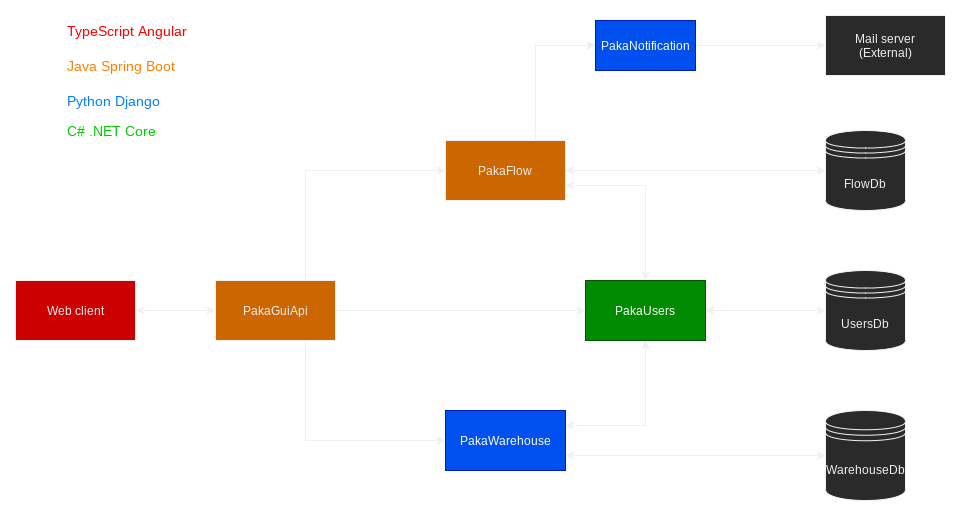
The draw.io diagram wiki images/arch.png in IUI-januszex/documentation, before a commit. Source tidied: cells renumbered, new cells last; positions are measured from the earlier drawing's top-left corner, leaving out a move shared by most shapes.
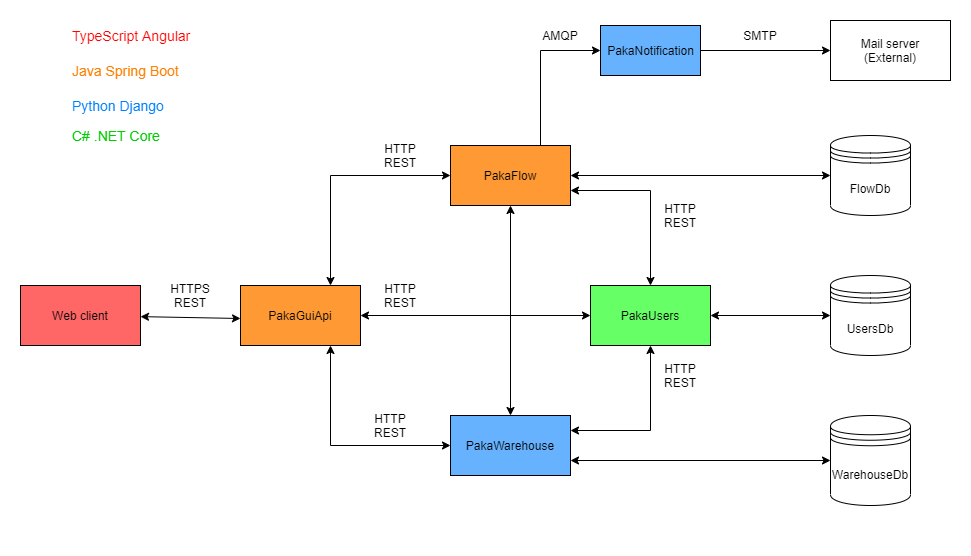
Above is the later version.

What changed in the source:
```diff
@@ -2,6 +2,9 @@
   <root>
     <mxCell id="0" />
     <mxCell id="1" parent="0" />
+    <mxCell id="27" style="rounded=0;whiteSpace=wrap;html=1;strokeColor=none;" parent="1" vertex="1">
+      <mxGeometry x="-20" y="-20" width="970" height="555" as="geometry" />
+    </mxCell>
     <mxCell id="2" value="FlowDb" style="shape=datastore;whiteSpace=wrap;html=1;" parent="1" vertex="1">
       <mxGeometry x="810" y="115" width="80" height="80" as="geometry" />
     </mxCell>
@@ -11,23 +14,25 @@
     <mxCell id="4" value="WarehouseDb" style="shape=datastore;whiteSpace=wrap;html=1;" parent="1" vertex="1">
       <mxGeometry x="810" y="395" width="80" height="90" as="geometry" />
     </mxCell>
-    <mxCell id="5" style="edgeStyle=orthogonalEdgeStyle;rounded=0;jettySize=auto;html=1;exitX=0.75;exitY=0;exitDx=0;exitDy=0;entryX=0;entryY=0.5;entryDx=0;entryDy=0;startArrow=none;startFill=0;" parent="1" edge="1" source="8" target="14">
+    <mxCell id="5" style="edgeStyle=orthogonalEdgeStyle;rounded=0;jettySize=auto;html=1;exitX=0.75;exitY=0;exitDx=0;exitDy=0;entryX=0;entryY=0.5;entryDx=0;entryDy=0;startArrow=classic;startFill=1;" parent="1" edge="1" source="8" target="14">
       <mxGeometry relative="1" as="geometry" />
     </mxCell>
-    <mxCell id="6" style="edgeStyle=orthogonalEdgeStyle;rounded=0;jettySize=auto;html=1;exitX=0.75;exitY=1;exitDx=0;exitDy=0;entryX=0;entryY=0.5;entryDx=0;entryDy=0;startArrow=none;startFill=0;" parent="1" edge="1" source="8" target="19">
+    <mxCell id="6" style="edgeStyle=orthogonalEdgeStyle;rounded=0;jettySize=auto;html=1;exitX=0.75;exitY=1;exitDx=0;exitDy=0;entryX=0;entryY=0.5;entryDx=0;entryDy=0;startArrow=classic;startFill=1;" parent="1" edge="1" source="8" target="19">
       <mxGeometry relative="1" as="geometry" />
     </mxCell>
-    <mxCell id="7" style="edgeStyle=orthogonalEdgeStyle;rounded=0;jettySize=auto;html=1;exitX=1;exitY=0.5;exitDx=0;exitDy=0;entryX=0;entryY=0.5;entryDx=0;entryDy=0;startArrow=none;startFill=0;" parent="1" edge="1" source="8" target="16">
+    <mxCell id="7" style="edgeStyle=orthogonalEdgeStyle;rounded=0;jettySize=auto;html=1;exitX=1;exitY=0.5;exitDx=0;exitDy=0;entryX=0;entryY=0.5;entryDx=0;entryDy=0;startArrow=classic;startFill=1;" parent="1" edge="1" source="8" target="16">
       <mxGeometry relative="1" as="geometry" />
     </mxCell>
-    <mxCell id="8" value="PakaGuiApi" style="rounded=0;whiteSpace=wrap;html=1;fillColor=#CC6600;" parent="1" vertex="1">
-      <mxGeometry x="200" y="265" width="120" height="60" as="geometry" />
+    <mxCell id="8" value="PakaGuiApi" style="rounded=0;whiteSpace=wrap;html=1;fillColor=#FF9933;" parent="1" vertex="1">
+      <mxGeometry x="220" y="265" width="120" height="60" as="geometry" />
     </mxCell>
-    <mxCell id="9" value="Web client" style="rounded=0;whiteSpace=wrap;html=1;fillColor=#CC0000;" parent="1" vertex="1">
+    <mxCell id="9" value="Web client" style="rounded=0;whiteSpace=wrap;html=1;fillColor=#FF6666;" parent="1" vertex="1">
       <mxGeometry y="265" width="120" height="60" as="geometry" />
     </mxCell>
-    <mxCell id="10" style="endArrow=classic;startArrow=classic;html=1;entryX=0;entryY=0.5;entryDx=0;entryDy=0;" parent="1" edge="1" source="9" target="8">
-      <mxGeometry relative="1" as="geometry" />
+    <mxCell id="10" style="endArrow=classic;startArrow=classic;html=1;" parent="1" edge="1" source="9">
+      <mxGeometry relative="1" as="geometry">
+        <mxPoint x="220" y="298" as="targetPoint" />
+      </mxGeometry>
     </mxCell>
     <mxCell id="11" style="edgeStyle=orthogonalEdgeStyle;rounded=0;jettySize=auto;html=1;exitX=1;exitY=0.75;exitDx=0;exitDy=0;entryX=0.5;entryY=0;entryDx=0;entryDy=0;startArrow=classic;startFill=1;" parent="1" edge="1" source="14" target="16">
       <mxGeometry relative="1" as="geometry" />
@@ -38,13 +43,13 @@
     <mxCell id="13" style="edgeStyle=orthogonalEdgeStyle;rounded=0;jettySize=auto;html=1;exitX=0.75;exitY=0;exitDx=0;exitDy=0;entryX=0;entryY=0.5;entryDx=0;entryDy=0;startArrow=none;startFill=0;" parent="1" edge="1" source="14" target="21">
       <mxGeometry relative="1" as="geometry" />
     </mxCell>
-    <mxCell id="14" value="PakaFlow" style="rounded=0;whiteSpace=wrap;html=1;fillColor=#CC6600;" parent="1" vertex="1">
+    <mxCell id="14" value="PakaFlow" style="rounded=0;whiteSpace=wrap;html=1;fillColor=#FF9933;" parent="1" vertex="1">
       <mxGeometry x="430" y="125" width="120" height="60" as="geometry" />
     </mxCell>
     <mxCell id="15" style="edgeStyle=orthogonalEdgeStyle;rounded=0;jettySize=auto;html=1;exitX=1;exitY=0.5;exitDx=0;exitDy=0;entryX=0;entryY=0.5;entryDx=0;entryDy=0;startArrow=classic;startFill=1;" parent="1" edge="1" source="16" target="3">
       <mxGeometry relative="1" as="geometry" />
     </mxCell>
-    <mxCell id="16" value="PakaUsers" style="rounded=0;whiteSpace=wrap;html=1;fillColor=#008a00;fontColor=#ffffff;strokeColor=#005700;" parent="1" vertex="1">
+    <mxCell id="16" value="PakaUsers" style="rounded=0;whiteSpace=wrap;html=1;fillColor=#66FF66;" parent="1" vertex="1">
       <mxGeometry x="570" y="265" width="120" height="60" as="geometry" />
     </mxCell>
     <mxCell id="17" style="edgeStyle=orthogonalEdgeStyle;rounded=0;jettySize=auto;html=1;exitX=1;exitY=0.25;exitDx=0;exitDy=0;entryX=0.5;entryY=1;entryDx=0;entryDy=0;startArrow=classic;startFill=1;" parent="1" edge="1" source="19" target="16">
@@ -53,13 +58,13 @@
     <mxCell id="18" style="edgeStyle=orthogonalEdgeStyle;rounded=0;jettySize=auto;html=1;exitX=1;exitY=0.75;exitDx=0;exitDy=0;entryX=0;entryY=0.5;entryDx=0;entryDy=0;startArrow=classic;startFill=1;" parent="1" edge="1" source="19" target="4">
       <mxGeometry relative="1" as="geometry" />
     </mxCell>
-    <mxCell id="19" value="PakaWarehouse" style="rounded=0;whiteSpace=wrap;html=1;fillColor=#0050ef;fontColor=#ffffff;strokeColor=#001DBC;" parent="1" vertex="1">
+    <mxCell id="19" value="PakaWarehouse" style="rounded=0;whiteSpace=wrap;html=1;fillColor=#66B2FF;" parent="1" vertex="1">
       <mxGeometry x="430" y="395" width="120" height="60" as="geometry" />
     </mxCell>
     <mxCell id="20" style="edgeStyle=orthogonalEdgeStyle;rounded=0;jettySize=auto;html=1;entryX=0;entryY=0.5;entryDx=0;entryDy=0;startArrow=none;startFill=0;" parent="1" edge="1" source="21" target="22">
       <mxGeometry relative="1" as="geometry" />
     </mxCell>
-    <mxCell id="21" value="PakaNotification" style="html=1;dashed=0;whitespace=wrap;fillColor=#0050ef;fontColor=#ffffff;strokeColor=#001DBC;" parent="1" vertex="1">
+    <mxCell id="21" value="PakaNotification" style="html=1;dashed=0;whitespace=wrap;fillColor=#66B2FF;" parent="1" vertex="1">
       <mxGeometry x="580" y="5" width="100" height="50" as="geometry" />
     </mxCell>
     <mxCell id="22" value="Mail server&lt;br&gt;(External)" style="rounded=0;whiteSpace=wrap;html=1;" parent="1" vertex="1">
@@ -77,5 +82,32 @@
     <mxCell id="26" value="&lt;font style=&quot;font-size: 14px&quot;&gt;C# .NET Core&lt;/font&gt;" style="text;html=1;strokeColor=none;fillColor=none;align=left;verticalAlign=middle;whiteSpace=wrap;rounded=0;fontColor=#00CC00;" parent="1" vertex="1">
       <mxGeometry x="50" y="105" width="100" height="20" as="geometry" />
     </mxCell>
+    <mxCell id="28" style="endArrow=classic;startArrow=classic;html=1;entryX=0.5;entryY=1;entryDx=0;entryDy=0;exitX=0.5;exitY=0;exitDx=0;exitDy=0;" parent="1" edge="1" source="19" target="14">
+      <mxGeometry relative="1" as="geometry" />
+    </mxCell>
+    <mxCell id="29" value="HTTPS&lt;br&gt;REST" style="text;html=1;strokeColor=none;fillColor=none;align=center;verticalAlign=middle;whiteSpace=wrap;rounded=0;" parent="1" vertex="1">
+      <mxGeometry x="150" y="265" width="40" height="20" as="geometry" />
+    </mxCell>
+    <mxCell id="30" value="HTTP&lt;br&gt;REST" style="text;html=1;strokeColor=none;fillColor=none;align=center;verticalAlign=middle;whiteSpace=wrap;rounded=0;" parent="1" vertex="1">
+      <mxGeometry x="360" y="125" width="40" height="20" as="geometry" />
+    </mxCell>
+    <mxCell id="31" value="HTTP&lt;br&gt;REST" style="text;html=1;strokeColor=none;fillColor=none;align=center;verticalAlign=middle;whiteSpace=wrap;rounded=0;" parent="1" vertex="1">
+      <mxGeometry x="350" y="395" width="40" height="20" as="geometry" />
+    </mxCell>
+    <mxCell id="32" value="HTTP&lt;br&gt;REST" style="text;html=1;strokeColor=none;fillColor=none;align=center;verticalAlign=middle;whiteSpace=wrap;rounded=0;" parent="1" vertex="1">
+      <mxGeometry x="360" y="265" width="40" height="20" as="geometry" />
+    </mxCell>
+    <mxCell id="33" value="HTTP&lt;br&gt;REST" style="text;html=1;strokeColor=none;fillColor=none;align=center;verticalAlign=middle;whiteSpace=wrap;rounded=0;" parent="1" vertex="1">
+      <mxGeometry x="640" y="185" width="40" height="20" as="geometry" />
+    </mxCell>
+    <mxCell id="34" value="HTTP&lt;br&gt;REST" style="text;html=1;strokeColor=none;fillColor=none;align=center;verticalAlign=middle;whiteSpace=wrap;rounded=0;" parent="1" vertex="1">
+      <mxGeometry x="640" y="345" width="40" height="20" as="geometry" />
+    </mxCell>
+    <mxCell id="35" value="AMQP" style="text;html=1;strokeColor=none;fillColor=none;align=center;verticalAlign=middle;whiteSpace=wrap;rounded=0;" parent="1" vertex="1">
+      <mxGeometry x="520" y="5" width="40" height="20" as="geometry" />
+    </mxCell>
+    <mxCell id="36" value="SMTP" style="text;html=1;strokeColor=none;fillColor=none;align=center;verticalAlign=middle;whiteSpace=wrap;rounded=0;" parent="1" vertex="1">
+      <mxGeometry x="720" y="5" width="40" height="20" as="geometry" />
+    </mxCell>
   </root>
 </mxGraphModel>
```
